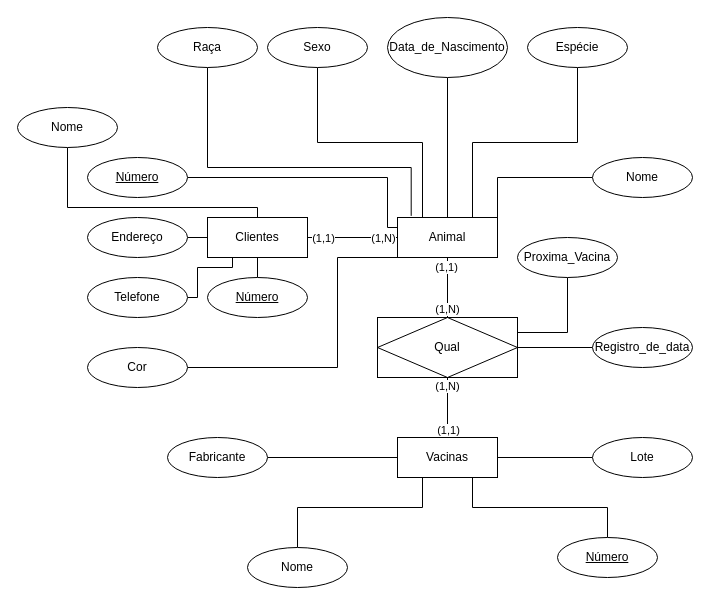
Earlier version of the draw.io diagram Diagramas/Diagrama 07.drawio (bruniculos08/BAN1002). Source tidied: cells renumbered, new cells numbered last; positions are measured from the earlier drawing's top-left corner, leaving out a move shared by most shapes. Both pictures are drawn from the tidied source at 100%, with x=0, y=0 at pixel (17, 17).
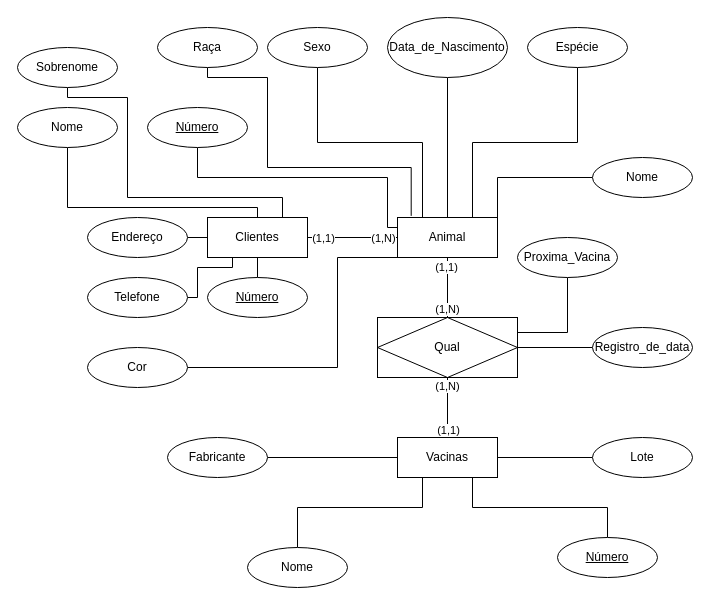
Above is the later version.

The change refers to these unchanged cells:
```xml
<mxCell id="5" value="Animal" style="whiteSpace=wrap;html=1;align=center;" parent="1" vertex="1">
  <mxGeometry x="380" y="200" width="100" height="40" as="geometry" />
</mxCell>
<mxCell id="24" value="Clientes" style="whiteSpace=wrap;html=1;align=center;" parent="1" vertex="1">
  <mxGeometry x="190" y="200" width="100" height="40" as="geometry" />
</mxCell>
<mxCell id="35" value="Raça" style="ellipse;whiteSpace=wrap;html=1;align=center;" parent="1" vertex="1">
  <mxGeometry x="140" y="10" width="100" height="40" as="geometry" />
</mxCell>
```

Change to the diagram source:
```diff
@@
     <mxCell id="3" style="edgeStyle=orthogonalEdgeStyle;rounded=0;jettySize=auto;html=1;exitX=0.137;exitY=-0.041;exitDx=0;exitDy=0;entryX=0.5;entryY=1;entryDx=0;entryDy=0;endArrow=none;endFill=0;exitPerimeter=0;" parent="1" edge="1" source="5" target="35">
       <mxGeometry relative="1" as="geometry">
         <Array as="points">
           <mxPoint x="394" y="150" />
-          <mxPoint x="190" y="150" />
+          <mxPoint x="250" y="150" />
+          <mxPoint x="250" y="60" />
+          <mxPoint x="190" y="60" />
         </Array>
       </mxGeometry>
     </mxCell>
-    <mxCell id="4" style="edgeStyle=orthogonalEdgeStyle;rounded=0;jettySize=auto;html=1;exitX=0;exitY=0.25;exitDx=0;exitDy=0;entryX=1;entryY=0.5;entryDx=0;entryDy=0;endArrow=none;endFill=0;" parent="1" edge="1" source="5" target="36">
+    <mxCell id="4" style="edgeStyle=orthogonalEdgeStyle;rounded=0;jettySize=auto;html=1;exitX=0;exitY=0.25;exitDx=0;exitDy=0;entryX=0.5;entryY=1;entryDx=0;entryDy=0;endArrow=none;endFill=0;" parent="1" edge="1" source="5" target="36">
       <mxGeometry relative="1" as="geometry">
         <Array as="points">
           <mxPoint x="370" y="210" />
           <mxPoint x="370" y="160" />
+          <mxPoint x="180" y="160" />
         </Array>
       </mxGeometry>
     </mxCell>
@@
+    <mxCell id="50" style="edgeStyle=orthogonalEdgeStyle;rounded=0;jettySize=auto;html=1;exitX=0.75;exitY=0;exitDx=0;exitDy=0;entryX=0.5;entryY=1;entryDx=0;entryDy=0;endArrow=none;endFill=0;" parent="1" edge="1" source="24" target="51">
+      <mxGeometry relative="1" as="geometry">
+        <Array as="points">
+          <mxPoint x="265" y="180" />
+          <mxPoint x="110" y="180" />
+          <mxPoint x="110" y="80" />
+          <mxPoint x="50" y="80" />
+        </Array>
+      </mxGeometry>
+    </mxCell>
@@
     <mxCell id="36" value="&lt;u&gt;Número&lt;/u&gt;" style="ellipse;whiteSpace=wrap;html=1;align=center;" parent="1" vertex="1">
-      <mxGeometry x="70" y="140" width="100" height="40" as="geometry" />
+      <mxGeometry x="130" y="90" width="100" height="40" as="geometry" />
     </mxCell>
@@
+    <mxCell id="51" value="Sobrenome" style="ellipse;whiteSpace=wrap;html=1;align=center;" parent="1" vertex="1">
+      <mxGeometry y="30" width="100" height="40" as="geometry" />
+    </mxCell>
```
